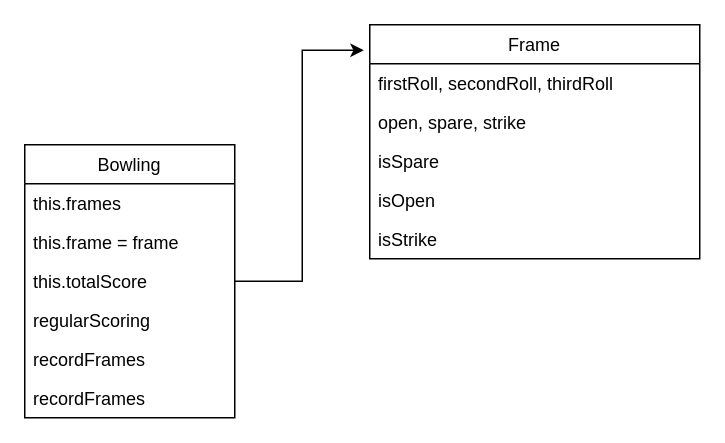
Above: bowling.drawio in makersacademy/bowling-challenge (draw.io), before the change. Source tidied: cells renumbered, new cells numbered last; positions are measured from the earlier drawing's top-left corner, leaving out a move shared by most shapes. Both pictures are drawn from the tidied source at 150%, with x=0, y=0 at pixel (24, 24).
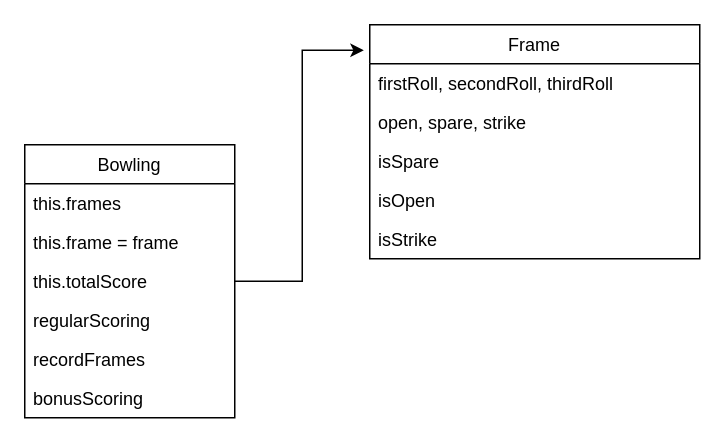
After the change.

What changed in the source:
```diff
@@
 <mxGraphModel>
   <root>
     <mxCell id="0" />
     <mxCell id="1" parent="0" />
     <mxCell id="2" style="edgeStyle=orthogonalEdgeStyle;rounded=0;jettySize=auto;html=1;entryX=-0.018;entryY=0.109;entryDx=0;entryDy=0;entryPerimeter=0;" parent="1" edge="1" source="3" target="10">
       <mxGeometry relative="1" as="geometry" />
     </mxCell>
     <mxCell id="3" value="Bowling" style="swimlane;fontStyle=0;horizontal=1;startSize=26;" parent="1" vertex="1">
       <mxGeometry y="80" width="140" height="182" as="geometry" />
     </mxCell>
     <mxCell id="4" value="this.frames " style="text;strokeColor=none;fillColor=none;align=left;verticalAlign=top;spacingLeft=4;spacingRight=4;overflow=hidden;" parent="3" vertex="1">
       <mxGeometry y="26" width="140" height="26" as="geometry" />
     </mxCell>
     <mxCell id="5" value="this.frame = frame" style="text;strokeColor=none;fillColor=none;align=left;verticalAlign=top;spacingLeft=4;spacingRight=4;overflow=hidden;" parent="3" vertex="1">
       <mxGeometry y="52" width="140" height="26" as="geometry" />
     </mxCell>
     <mxCell id="6" value="this.totalScore" style="text;strokeColor=none;fillColor=none;align=left;verticalAlign=top;spacingLeft=4;spacingRight=4;overflow=hidden;" parent="3" vertex="1">
       <mxGeometry y="78" width="140" height="26" as="geometry" />
     </mxCell>
     <mxCell id="7" value="regularScoring" style="text;strokeColor=none;fillColor=none;align=left;verticalAlign=top;spacingLeft=4;spacingRight=4;overflow=hidden;" parent="3" vertex="1">
       <mxGeometry y="104" width="140" height="26" as="geometry" />
     </mxCell>
     <mxCell id="8" value="recordFrames" style="text;strokeColor=none;fillColor=none;align=left;verticalAlign=top;spacingLeft=4;spacingRight=4;overflow=hidden;" parent="3" vertex="1">
       <mxGeometry y="130" width="140" height="26" as="geometry" />
     </mxCell>
-    <mxCell id="9" value="recordFrames" style="text;strokeColor=none;fillColor=none;align=left;verticalAlign=top;spacingLeft=4;spacingRight=4;overflow=hidden;" parent="3" vertex="1">
+    <mxCell id="9" value="bonusScoring" style="text;strokeColor=none;fillColor=none;align=left;verticalAlign=top;spacingLeft=4;spacingRight=4;overflow=hidden;" parent="3" vertex="1">
       <mxGeometry y="156" width="140" height="26" as="geometry" />
     </mxCell>
     <mxCell id="10" value="Frame" style="swimlane;fontStyle=0;horizontal=1;startSize=26;" parent="1" vertex="1">
       <mxGeometry x="230" width="220" height="156" as="geometry" />
     </mxCell>
     <mxCell id="11" value="firstRoll, secondRoll, thirdRoll" style="text;strokeColor=none;fillColor=none;align=left;verticalAlign=top;spacingLeft=4;spacingRight=4;overflow=hidden;" parent="10" vertex="1">
       <mxGeometry y="26" width="220" height="26" as="geometry" />
     </mxCell>
     <mxCell id="12" value="open, spare, strike" style="text;strokeColor=none;fillColor=none;align=left;verticalAlign=top;spacingLeft=4;spacingRight=4;overflow=hidden;" parent="10" vertex="1">
       <mxGeometry y="52" width="220" height="26" as="geometry" />
     </mxCell>
     <mxCell id="13" value="isSpare" style="text;strokeColor=none;fillColor=none;align=left;verticalAlign=top;spacingLeft=4;spacingRight=4;overflow=hidden;" parent="10" vertex="1">
       <mxGeometry y="78" width="220" height="26" as="geometry" />
     </mxCell>
     <mxCell id="14" value="isOpen" style="text;strokeColor=none;fillColor=none;align=left;verticalAlign=top;spacingLeft=4;spacingRight=4;overflow=hidden;" parent="10" vertex="1">
       <mxGeometry y="104" width="220" height="26" as="geometry" />
     </mxCell>
     <mxCell id="15" value="isStrike" style="text;strokeColor=none;fillColor=none;align=left;verticalAlign=top;spacingLeft=4;spacingRight=4;overflow=hidden;" parent="10" vertex="1">
       <mxGeometry y="130" width="220" height="26" as="geometry" />
     </mxCell>
   </root>
 </mxGraphModel>
```
